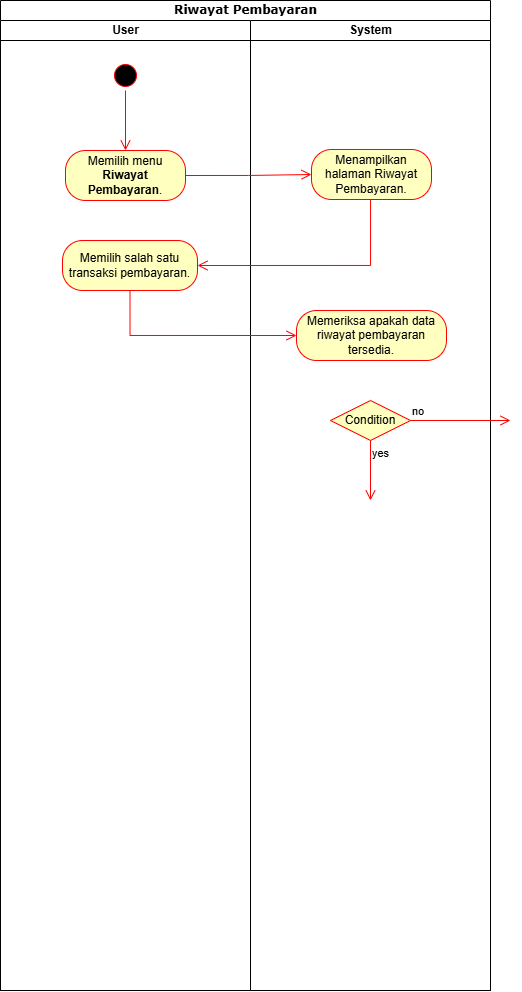
Before: Riwayat Pembayaran.drawio.png, a diagram exported from draw.io (muhammadyusuf21-zip/Dokumentasi). Source tidied: cells renumbered, new cells last; positions are measured from the earlier drawing's top-left corner, leaving out a move shared by most shapes.
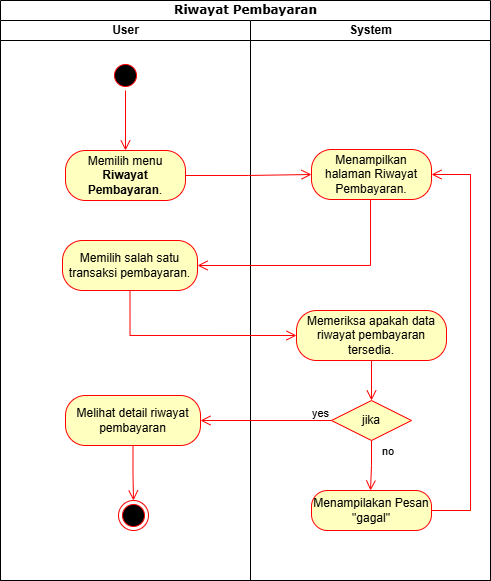
Later version of the same file.

Change to the diagram source:
```diff
@@ -3,10 +3,10 @@
     <mxCell id="0" />
     <mxCell id="1" parent="0" />
     <mxCell id="2" value="Riwayat Pembayaran" style="swimlane;html=1;startSize=20;rounded=0;shadow=0;comic=0;labelBackgroundColor=none;strokeWidth=1;fontFamily=Verdana;fontSize=12;align=center;" parent="1" vertex="1">
-      <mxGeometry width="490" height="990" as="geometry" />
+      <mxGeometry width="490" height="580" as="geometry" />
     </mxCell>
     <mxCell id="3" value="User" style="swimlane;html=1;startSize=20;" parent="2" vertex="1">
-      <mxGeometry y="20" width="250" height="970" as="geometry" />
+      <mxGeometry y="20" width="250" height="560" as="geometry" />
     </mxCell>
     <mxCell id="4" style="ellipse;html=1;shape=startState;fillColor=#000000;strokeColor=#ff0000;" parent="3" vertex="1">
       <mxGeometry x="110" y="40" width="30" height="30" as="geometry" />
@@ -22,8 +22,17 @@
     <mxCell id="7" value="Memilih salah satu transaksi pembayaran." style="rounded=1;whiteSpace=wrap;html=1;arcSize=40;fontColor=#000000;fillColor=#ffffc0;strokeColor=#ff0000;" parent="3" vertex="1">
       <mxGeometry x="62" y="220" width="135" height="50" as="geometry" />
     </mxCell>
+    <mxCell id="17" value="Melihat detail riwayat pembayaran" style="rounded=1;whiteSpace=wrap;html=1;arcSize=40;fontColor=#000000;fillColor=#ffffc0;strokeColor=#ff0000;" parent="3" vertex="1">
+      <mxGeometry x="65" y="375" width="135" height="50" as="geometry" />
+    </mxCell>
+    <mxCell id="18" style="ellipse;html=1;shape=endState;fillColor=#000000;strokeColor=#ff0000;" parent="3" vertex="1">
+      <mxGeometry x="118" y="480" width="30" height="30" as="geometry" />
+    </mxCell>
+    <mxCell id="19" style="edgeStyle=orthogonalEdgeStyle;html=1;verticalAlign=bottom;endArrow=open;endSize=8;strokeColor=#ff0000;rounded=0;exitX=0.5;exitY=1;exitDx=0;exitDy=0;entryX=0.5;entryY=0;entryDx=0;entryDy=0;" parent="3" edge="1" source="17" target="18">
+      <mxGeometry relative="1" as="geometry" />
+    </mxCell>
     <mxCell id="8" value="System" style="swimlane;html=1;startSize=20;" parent="2" vertex="1">
-      <mxGeometry x="250" y="20" width="240" height="970" as="geometry" />
+      <mxGeometry x="250" y="20" width="240" height="560" as="geometry" />
     </mxCell>
     <mxCell id="9" value="Menampilkan halaman Riwayat Pembayaran." style="rounded=1;whiteSpace=wrap;html=1;arcSize=40;fontColor=#000000;fillColor=#ffffc0;strokeColor=#ff0000;" parent="8" vertex="1">
       <mxGeometry x="61" y="129" width="120" height="50" as="geometry" />
@@ -31,19 +40,33 @@
     <mxCell id="10" value="Memeriksa apakah data riwayat pembayaran tersedia." style="rounded=1;whiteSpace=wrap;html=1;arcSize=40;fontColor=#000000;fillColor=#ffffc0;strokeColor=#ff0000;" parent="8" vertex="1">
       <mxGeometry x="46" y="290" width="150" height="50" as="geometry" />
     </mxCell>
-    <mxCell id="11" value="Condition" style="rhombus;whiteSpace=wrap;html=1;fontColor=#000000;fillColor=#ffffc0;strokeColor=#ff0000;" parent="8" vertex="1">
-      <mxGeometry x="80" y="380" width="80" height="40" as="geometry" />
+    <mxCell id="11" value="jika" style="rhombus;whiteSpace=wrap;html=1;fontColor=#000000;fillColor=#ffffc0;strokeColor=#ff0000;" parent="8" vertex="1">
+      <mxGeometry x="81" y="380" width="80" height="40" as="geometry" />
     </mxCell>
     <mxCell id="12" value="no" style="edgeStyle=orthogonalEdgeStyle;html=1;align=left;verticalAlign=bottom;endArrow=open;endSize=8;strokeColor=#ff0000;rounded=0;" parent="8" edge="1" source="11">
-      <mxGeometry x="-1" relative="1" as="geometry">
-        <mxPoint x="260" y="400" as="targetPoint" />
+      <mxGeometry x="-0.21" y="9" relative="1" as="geometry">
+        <mxPoint x="120" y="470" as="targetPoint" />
       </mxGeometry>
     </mxCell>
     <mxCell id="13" value="yes" style="edgeStyle=orthogonalEdgeStyle;html=1;align=left;verticalAlign=top;endArrow=open;endSize=8;strokeColor=#ff0000;rounded=0;" parent="8" edge="1" source="11">
-      <mxGeometry x="-1" relative="1" as="geometry">
-        <mxPoint x="120" y="480" as="targetPoint" />
+      <mxGeometry x="-0.68" y="-20" relative="1" as="geometry">
+        <mxPoint x="-50" y="400" as="targetPoint" />
       </mxGeometry>
     </mxCell>
+    <mxCell id="20" style="edgeStyle=orthogonalEdgeStyle;html=1;verticalAlign=bottom;endArrow=open;endSize=8;strokeColor=#ff0000;rounded=0;exitX=0.5;exitY=1;exitDx=0;exitDy=0;entryX=0.5;entryY=0;entryDx=0;entryDy=0;" parent="8" edge="1" source="10" target="11">
+      <mxGeometry relative="1" as="geometry" />
+    </mxCell>
+    <mxCell id="21" value="Menampilakan Pesan &quot;gagal&quot;" style="rounded=1;whiteSpace=wrap;html=1;arcSize=40;fontColor=#000000;fillColor=#ffffc0;strokeColor=#ff0000;" parent="8" vertex="1">
+      <mxGeometry x="61" y="470" width="120" height="40" as="geometry" />
+    </mxCell>
+    <mxCell id="22" style="edgeStyle=orthogonalEdgeStyle;html=1;verticalAlign=bottom;endArrow=open;endSize=8;strokeColor=#ff0000;rounded=0;exitX=1;exitY=0.5;exitDx=0;exitDy=0;entryX=1;entryY=0.5;entryDx=0;entryDy=0;" parent="8" edge="1" source="21" target="9">
+      <mxGeometry relative="1" as="geometry">
+        <Array as="points">
+          <mxPoint x="220" y="490" />
+          <mxPoint x="220" y="154" />
+        </Array>
+      </mxGeometry>
+    </mxCell>
     <mxCell id="14" style="edgeStyle=orthogonalEdgeStyle;html=1;verticalAlign=bottom;endArrow=open;endSize=8;strokeColor=#ff0000;rounded=0;exitX=1;exitY=0.5;exitDx=0;exitDy=0;entryX=0;entryY=0.5;entryDx=0;entryDy=0;" parent="2" edge="1" source="6" target="9">
       <mxGeometry relative="1" as="geometry" />
     </mxCell>
```
